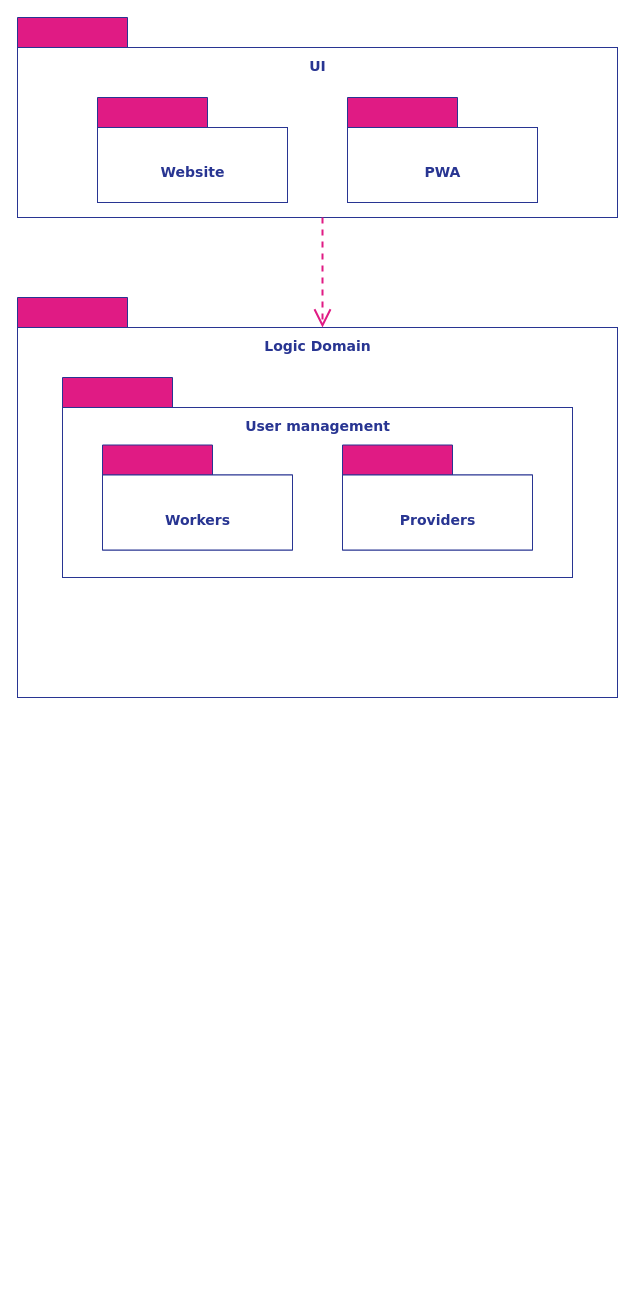
Earlier version of the draw.io diagram doc/development/Untitled Diagram.drawio (DavidAraujo98/CoworkClub). Source tidied: cells renumbered, new cells numbered last; positions are measured from the earlier drawing's top-left corner, leaving out a move shared by most shapes. Both pictures are drawn from the tidied source at 100%, with x=0, y=0 at pixel (17, 17).
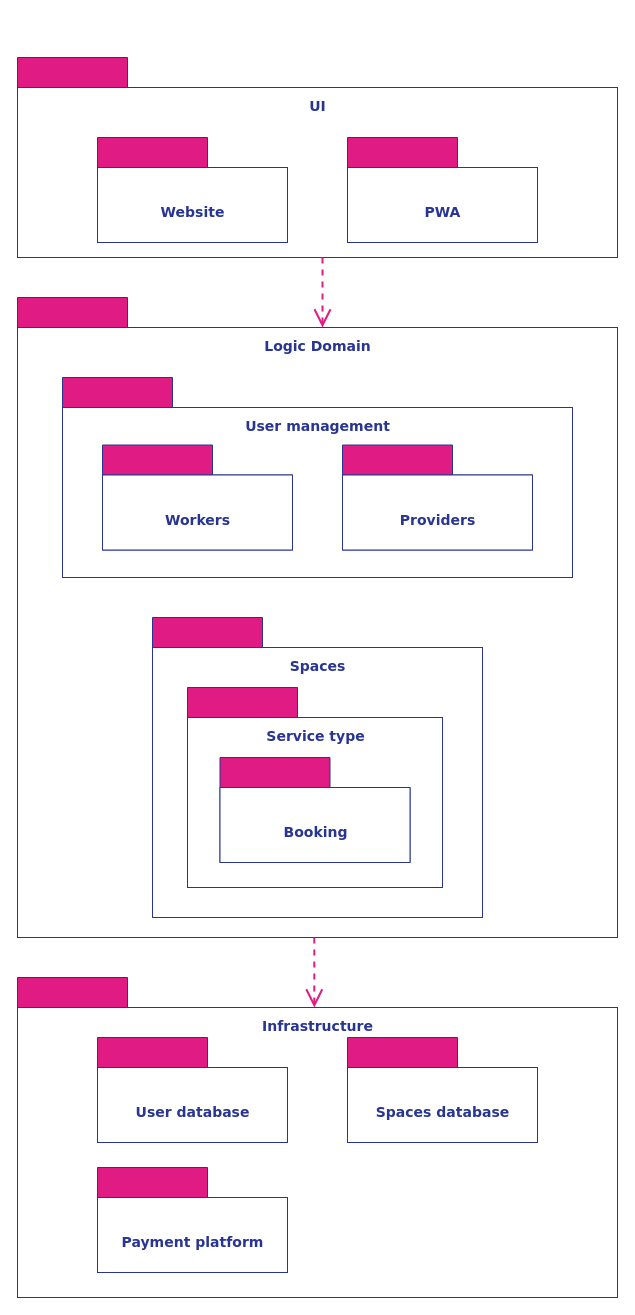
The same diagram, later.

The edit, as a diff of the source:
```diff
@@
     <mxCell id="2" style="shape=folder;fontStyle=1;tabWidth=110;tabHeight=30;tabPosition=left;html=1;boundedLbl=1;labelInHeader=1;strokeColor=#283592;fillColor=#E01B84;fontColor=#FFFFFF;fontFamily=Verdana;" parent="1" vertex="1">
-      <mxGeometry width="600" height="200" as="geometry" />
+      <mxGeometry y="40" width="600" height="200" as="geometry" />
     </mxCell>
     <mxCell id="3" value="&lt;font face=&quot;Verdana&quot;&gt;UI&lt;/font&gt;" style="html=1;strokeColor=#283592;fillColor=default;fontColor=#283592;fontStyle=1;fontSize=14;verticalAlign=bottom;labelPosition=center;verticalLabelPosition=top;align=center;" parent="1" vertex="1">
-      <mxGeometry y="30" width="600" height="170" as="geometry">
+      <mxGeometry y="70" width="600" height="170" as="geometry">
         <mxPoint y="30" as="offset" />
       </mxGeometry>
     </mxCell>
     <mxCell id="4" style="shape=folder;fontStyle=1;tabWidth=110;tabHeight=30;tabPosition=left;html=1;boundedLbl=1;labelInHeader=1;strokeColor=#283592;fillColor=#E01B84;fontColor=#FFFFFF;fontFamily=Verdana;" parent="1" vertex="1">
-      <mxGeometry x="80" y="80" width="190" height="105" as="geometry" />
+      <mxGeometry x="80" y="120" width="190" height="105" as="geometry" />
     </mxCell>
     <mxCell id="5" value="Website" style="html=1;strokeColor=#283592;fillColor=default;fontColor=#283592;verticalAlign=top;fontFamily=Verdana;fontSize=14;fontStyle=1;labelPosition=center;verticalLabelPosition=middle;align=center;" parent="1" vertex="1">
-      <mxGeometry x="80" y="110" width="190" height="75" as="geometry">
+      <mxGeometry x="80" y="150" width="190" height="75" as="geometry">
         <mxPoint y="30" as="offset" />
       </mxGeometry>
     </mxCell>
     <mxCell id="6" style="shape=folder;fontStyle=1;tabWidth=110;tabHeight=30;tabPosition=left;html=1;boundedLbl=1;labelInHeader=1;strokeColor=#283592;fillColor=#E01B84;fontColor=#FFFFFF;fontFamily=Verdana;" parent="1" vertex="1">
-      <mxGeometry x="330" y="80" width="190" height="105" as="geometry" />
+      <mxGeometry x="330" y="120" width="190" height="105" as="geometry" />
     </mxCell>
     <mxCell id="7" value="PWA" style="html=1;strokeColor=#283592;fillColor=default;fontColor=#283592;verticalAlign=top;fontFamily=Verdana;fontSize=14;fontStyle=1;" parent="1" vertex="1">
-      <mxGeometry x="330" y="110" width="190" height="75" as="geometry">
+      <mxGeometry x="330" y="150" width="190" height="75" as="geometry">
         <mxPoint y="30" as="offset" />
       </mxGeometry>
     </mxCell>
     <mxCell id="8" style="shape=folder;fontStyle=1;tabWidth=110;tabHeight=30;tabPosition=left;html=1;boundedLbl=1;labelInHeader=1;strokeColor=#283592;fillColor=#E01B84;fontColor=#FFFFFF;fontFamily=Verdana;" parent="1" vertex="1">
-      <mxGeometry y="280" width="600" height="400" as="geometry" />
+      <mxGeometry y="280" width="600" height="640" as="geometry" />
     </mxCell>
     <mxCell id="9" value="&lt;font face=&quot;Verdana&quot;&gt;Logic Domain&lt;/font&gt;" style="html=1;strokeColor=#283592;fillColor=default;fontColor=#283592;fontStyle=1;fontSize=14;verticalAlign=bottom;labelPosition=center;verticalLabelPosition=top;align=center;" parent="1" vertex="1">
-      <mxGeometry y="310" width="600" height="370" as="geometry">
+      <mxGeometry y="310" width="600" height="610" as="geometry">
         <mxPoint y="30" as="offset" />
       </mxGeometry>
     </mxCell>
@@
     <mxCell id="14" style="endArrow=open;html=1;rounded=0;fontFamily=Verdana;fontSize=14;fontColor=#283592;dashed=1;endFill=0;strokeWidth=2;endSize=14;jumpSize=11;strokeColor=#E01B84;" parent="1" edge="1">
       <mxGeometry relative="1" as="geometry">
-        <mxPoint x="305" y="200" as="sourcePoint" />
+        <mxPoint x="305" y="240" as="sourcePoint" />
         <mxPoint x="305" y="310" as="targetPoint" />
       </mxGeometry>
     </mxCell>
@@
+    <mxCell id="17" style="shape=folder;fontStyle=1;tabWidth=110;tabHeight=30;tabPosition=left;html=1;boundedLbl=1;labelInHeader=1;strokeColor=#283592;fillColor=#E01B84;fontColor=#FFFFFF;fontFamily=Verdana;" parent="1" vertex="1">
+      <mxGeometry x="135" y="600" width="330" height="300" as="geometry" />
+    </mxCell>
+    <mxCell id="18" value="Spaces" style="html=1;strokeColor=#283592;fillColor=default;fontColor=#283592;verticalAlign=bottom;fontFamily=Verdana;fontSize=14;fontStyle=1;labelPosition=center;verticalLabelPosition=top;align=center;" parent="1" vertex="1">
+      <mxGeometry x="135" y="630" width="330" height="270" as="geometry">
+        <mxPoint y="30" as="offset" />
+      </mxGeometry>
+    </mxCell>
+    <mxCell id="19" style="shape=folder;fontStyle=1;tabWidth=110;tabHeight=30;tabPosition=left;html=1;boundedLbl=1;labelInHeader=1;strokeColor=#283592;fillColor=#E01B84;fontColor=#FFFFFF;fontFamily=Verdana;" parent="1" vertex="1">
+      <mxGeometry x="170" y="670" width="255" height="200" as="geometry" />
+    </mxCell>
+    <mxCell id="20" value="Service type" style="html=1;strokeColor=#283592;fillColor=default;fontColor=#283592;verticalAlign=bottom;fontFamily=Verdana;fontSize=14;fontStyle=1;labelPosition=center;verticalLabelPosition=top;align=center;" parent="1" vertex="1">
+      <mxGeometry x="170" y="700" width="255" height="170" as="geometry">
+        <mxPoint y="30" as="offset" />
+      </mxGeometry>
+    </mxCell>
+    <mxCell id="21" style="shape=folder;fontStyle=1;tabWidth=110;tabHeight=30;tabPosition=left;html=1;boundedLbl=1;labelInHeader=1;strokeColor=#283592;fillColor=#E01B84;fontColor=#FFFFFF;fontFamily=Verdana;" parent="1" vertex="1">
+      <mxGeometry x="202.5" y="740" width="190" height="105" as="geometry" />
+    </mxCell>
+    <mxCell id="22" value="Booking&lt;br&gt;" style="html=1;strokeColor=#283592;fillColor=default;fontColor=#283592;verticalAlign=top;fontFamily=Verdana;fontSize=14;fontStyle=1;" parent="1" vertex="1">
+      <mxGeometry x="202.5" y="770" width="190" height="75" as="geometry">
+        <mxPoint y="30" as="offset" />
+      </mxGeometry>
+    </mxCell>
+    <mxCell id="23" style="shape=folder;fontStyle=1;tabWidth=110;tabHeight=30;tabPosition=left;html=1;boundedLbl=1;labelInHeader=1;strokeColor=#283592;fillColor=#E01B84;fontColor=#FFFFFF;fontFamily=Verdana;" parent="1" vertex="1">
+      <mxGeometry y="960" width="600" height="320" as="geometry" />
+    </mxCell>
+    <mxCell id="24" value="Infrastructure" style="html=1;strokeColor=#283592;fillColor=default;fontColor=#283592;verticalAlign=bottom;fontFamily=Verdana;fontSize=14;fontStyle=1;labelPosition=center;verticalLabelPosition=top;align=center;" parent="1" vertex="1">
+      <mxGeometry y="990" width="600" height="290" as="geometry">
+        <mxPoint y="30" as="offset" />
+      </mxGeometry>
+    </mxCell>
+    <mxCell id="25" style="endArrow=open;html=1;rounded=0;fontFamily=Verdana;fontSize=14;fontColor=#283592;dashed=1;endFill=0;strokeWidth=2;endSize=14;jumpSize=11;strokeColor=#E01B84;" parent="1" edge="1">
+      <mxGeometry relative="1" as="geometry">
+        <mxPoint x="296.8" y="920" as="sourcePoint" />
+        <mxPoint x="296.8" y="990" as="targetPoint" />
+      </mxGeometry>
+    </mxCell>
+    <mxCell id="26" style="shape=folder;fontStyle=1;tabWidth=110;tabHeight=30;tabPosition=left;html=1;boundedLbl=1;labelInHeader=1;strokeColor=#283592;fillColor=#E01B84;fontColor=#FFFFFF;fontFamily=Verdana;" parent="1" vertex="1">
+      <mxGeometry x="80" y="1020" width="190" height="105" as="geometry" />
+    </mxCell>
+    <mxCell id="27" value="User database" style="html=1;strokeColor=#283592;fillColor=default;fontColor=#283592;verticalAlign=top;fontFamily=Verdana;fontSize=14;fontStyle=1;" parent="1" vertex="1">
+      <mxGeometry x="80" y="1050" width="190" height="75" as="geometry">
+        <mxPoint y="30" as="offset" />
+      </mxGeometry>
+    </mxCell>
+    <mxCell id="28" style="shape=folder;fontStyle=1;tabWidth=110;tabHeight=30;tabPosition=left;html=1;boundedLbl=1;labelInHeader=1;strokeColor=#283592;fillColor=#E01B84;fontColor=#FFFFFF;fontFamily=Verdana;" parent="1" vertex="1">
+      <mxGeometry x="330" y="1020" width="190" height="105" as="geometry" />
+    </mxCell>
+    <mxCell id="29" value="Spaces database" style="html=1;strokeColor=#283592;fillColor=default;fontColor=#283592;verticalAlign=top;fontFamily=Verdana;fontSize=14;fontStyle=1;" parent="1" vertex="1">
+      <mxGeometry x="330" y="1050" width="190" height="75" as="geometry">
+        <mxPoint y="30" as="offset" />
+      </mxGeometry>
+    </mxCell>
+    <mxCell id="30" style="shape=folder;fontStyle=1;tabWidth=110;tabHeight=30;tabPosition=left;html=1;boundedLbl=1;labelInHeader=1;strokeColor=#283592;fillColor=#E01B84;fontColor=#FFFFFF;fontFamily=Verdana;" parent="1" vertex="1">
+      <mxGeometry x="80" y="1150" width="190" height="105" as="geometry" />
+    </mxCell>
+    <mxCell id="31" value="Payment platform&lt;br&gt;" style="html=1;strokeColor=#283592;fillColor=default;fontColor=#283592;verticalAlign=top;fontFamily=Verdana;fontSize=14;fontStyle=1;" parent="1" vertex="1">
+      <mxGeometry x="80" y="1180" width="190" height="75" as="geometry">
+        <mxPoint y="30" as="offset" />
+      </mxGeometry>
+    </mxCell>
```
